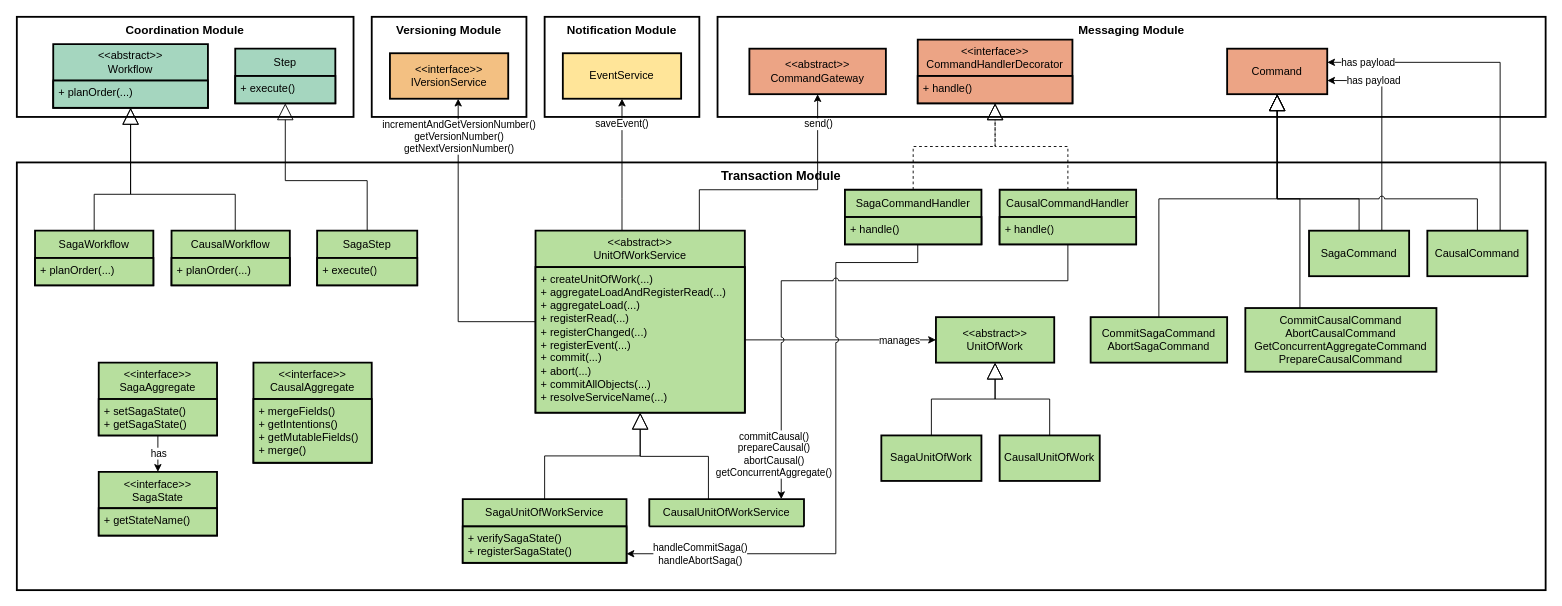
socialsoftware/microservices-simulator keeps this draw.io diagram as data/figs/architecture/layers/layers_transaction_v2.drawio. Above is the earlier version. Source tidied: cells renumbered, new cells numbered last; positions are measured from the earlier drawing's top-left corner, leaving out a move shared by most shapes. Both pictures are drawn from the tidied source at 91%, with x=0, y=0 at pixel (16, 16).
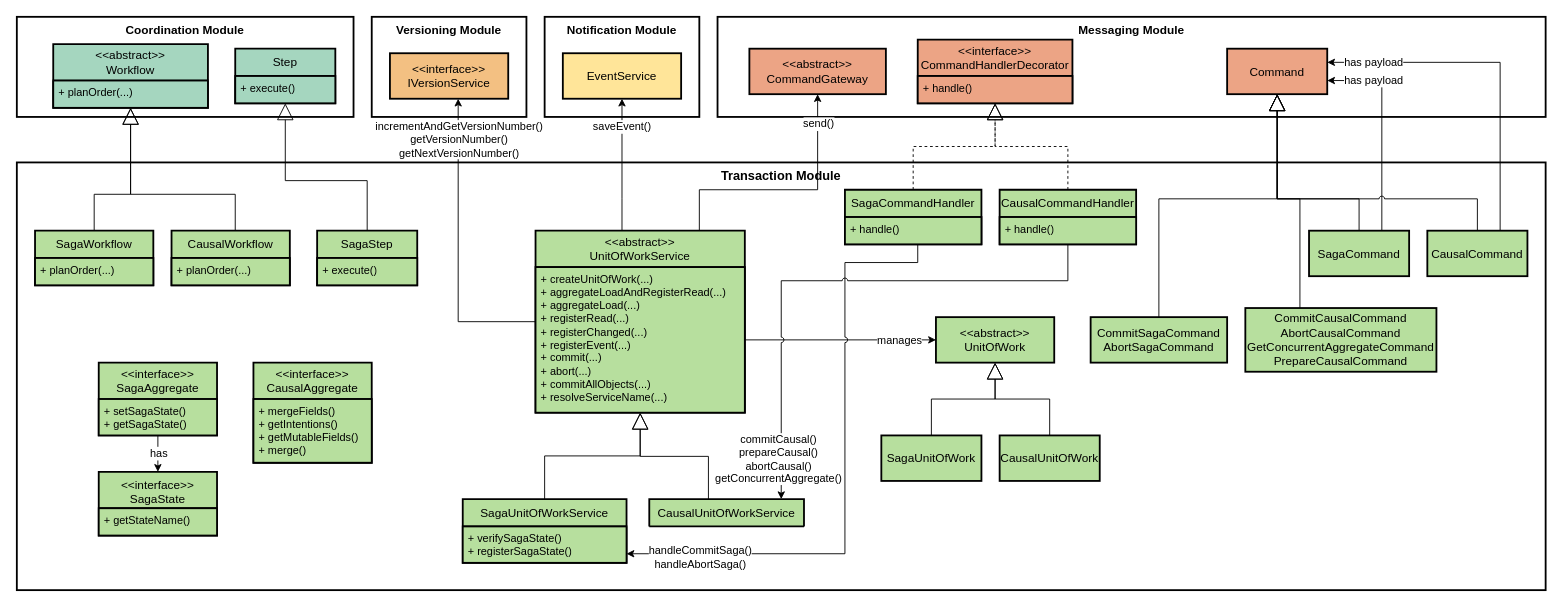
The same diagram, later.

The change refers to these unchanged cells:
```xml
<mxCell id="11" style="startArrow=none;endArrow=classic;rounded=0;endFill=1;edgeStyle=orthogonalEdgeStyle;jumpStyle=arc;curved=0;strokeWidth=1;" parent="1" edge="1" source="40" target="6">
  <mxGeometry relative="1" as="geometry">
    <Array as="points">
      <mxPoint x="910" y="355" />
      <mxPoint x="910" y="355" />
    </Array>
  </mxGeometry>
</mxCell>
<mxCell id="24" style="startArrow=none;endArrow=classic;rounded=0;endFill=1;edgeStyle=orthogonalEdgeStyle;jumpStyle=arc;curved=0;strokeWidth=1;" parent="1" edge="1" source="50" target="48">
  <mxGeometry relative="1" as="geometry">
    <Array as="points">
      <mxPoint x="1155" y="290" />
      <mxPoint x="840" y="290" />
    </Array>
  </mxGeometry>
</mxCell>
<mxCell id="30" style="edgeStyle=orthogonalEdgeStyle;rounded=0;jettySize=auto;html=1;strokeWidth=1;jumpStyle=arc;curved=0;" parent="1" edge="1" source="10" target="29">
  <mxGeometry relative="1" as="geometry">
    <Array as="points">
      <mxPoint x="1630" y="50" />
    </Array>
  </mxGeometry>
</mxCell>
<mxCell id="32" style="edgeStyle=orthogonalEdgeStyle;rounded=0;jettySize=auto;html=1;strokeWidth=1;jumpStyle=arc;curved=0;" parent="1" edge="1" source="8" target="29">
  <mxGeometry relative="1" as="geometry">
    <Array as="points">
      <mxPoint x="1500" y="70" />
    </Array>
  </mxGeometry>
</mxCell>
<mxCell id="34" style="edgeStyle=orthogonalEdgeStyle;rounded=0;jettySize=auto;html=1;strokeWidth=1;jumpStyle=arc;curved=0;" parent="1" edge="1" source="40" target="27">
  <mxGeometry relative="1" as="geometry">
    <Array as="points">
      <mxPoint x="750" y="190" />
      <mxPoint x="880" y="190" />
    </Array>
  </mxGeometry>
</mxCell>
<mxCell id="36" style="edgeStyle=orthogonalEdgeStyle;rounded=0;jettySize=auto;html=1;jumpStyle=arc;" parent="1" edge="1" source="40" target="28">
  <mxGeometry relative="1" as="geometry">
    <Array as="points">
      <mxPoint x="485" y="335" />
    </Array>
  </mxGeometry>
</mxCell>
<mxCell id="38" style="edgeStyle=orthogonalEdgeStyle;rounded=0;jettySize=auto;html=1;" parent="1" edge="1" source="40" target="68">
  <mxGeometry relative="1" as="geometry">
    <Array as="points">
      <mxPoint x="665" y="200" />
      <mxPoint x="665" y="200" />
    </Array>
  </mxGeometry>
</mxCell>
<mxCell id="69" style="edgeStyle=orthogonalEdgeStyle;rounded=0;jettySize=auto;html=1;" parent="1" edge="1" source="71" target="75">
  <mxGeometry relative="1" as="geometry" />
</mxCell>
```

The edit, as a diff of the source:
```diff
@@
-    <mxCell id="6" value="&lt;&lt;abstract&gt;&gt;&#10;UnitOfWork" style="whiteSpace=wrap;strokeWidth=2;fillColor=#B7DF9E;strokeColor=default;" parent="1" vertex="1">
+    <mxCell id="6" value="&lt;&lt;abstract&gt;&gt;&#10;UnitOfWork" style="whiteSpace=wrap;strokeWidth=2;fillColor=#B7DF9E;strokeColor=default;fontSize=13;" parent="1" vertex="1">
       <mxGeometry x="1010" y="330" width="130" height="50" as="geometry" />
     </mxCell>
-    <mxCell id="7" value="SagaUnitOfWork" style="whiteSpace=wrap;strokeWidth=2;fillColor=#B7DF9E;strokeColor=#000000;" parent="1" vertex="1">
+    <mxCell id="7" value="SagaUnitOfWork" style="whiteSpace=wrap;strokeWidth=2;fillColor=#B7DF9E;strokeColor=#000000;fontSize=13;" parent="1" vertex="1">
       <mxGeometry x="950" y="460" width="110" height="50" as="geometry" />
     </mxCell>
-    <mxCell id="8" value="SagaCommand" style="whiteSpace=wrap;strokeWidth=2;fillColor=#B7DF9E;strokeColor=#000000;" parent="1" vertex="1">
+    <mxCell id="8" value="SagaCommand" style="whiteSpace=wrap;strokeWidth=2;fillColor=#B7DF9E;strokeColor=#000000;fontSize=13;" parent="1" vertex="1">
       <mxGeometry x="1420" y="235" width="110" height="50" as="geometry" />
     </mxCell>
-    <mxCell id="9" value="CausalUnitOfWork" style="whiteSpace=wrap;strokeWidth=2;fillColor=#B7DF9E;strokeColor=#000000;" parent="1" vertex="1">
+    <mxCell id="9" value="CausalUnitOfWork" style="whiteSpace=wrap;strokeWidth=2;fillColor=#B7DF9E;strokeColor=#000000;fontSize=13;" parent="1" vertex="1">
       <mxGeometry x="1080" y="460" width="110" height="50" as="geometry" />
     </mxCell>
-    <mxCell id="10" value="CausalCommand" style="whiteSpace=wrap;strokeWidth=2;fillColor=#B7DF9E;strokeColor=#000000;" parent="1" vertex="1">
+    <mxCell id="10" value="CausalCommand" style="whiteSpace=wrap;strokeWidth=2;fillColor=#B7DF9E;strokeColor=#000000;fontSize=13;" parent="1" vertex="1">
       <mxGeometry x="1550" y="235" width="110" height="50" as="geometry" />
     </mxCell>
@@
-    <mxCell id="12" value="manages" style="edgeLabel;html=1;align=center;verticalAlign=middle;" parent="11" vertex="1">
+    <mxCell id="12" value="manages" style="edgeLabel;html=1;align=center;verticalAlign=middle;fontSize=12;" parent="11" vertex="1">
       <mxGeometry x="-0.59" y="-3" relative="1" as="geometry">
         <mxPoint x="126" y="-3" as="offset" />
       </mxGeometry>
     </mxCell>
@@
     <mxCell id="18" style="startArrow=none;endArrow=classic;rounded=0;endFill=1;edgeStyle=orthogonalEdgeStyle;jumpStyle=arc;curved=0;strokeWidth=1;" parent="1" edge="1" source="52" target="66">
       <mxGeometry relative="1" as="geometry">
         <Array as="points">
           <mxPoint x="990" y="270" />
-          <mxPoint x="900" y="270" />
-          <mxPoint x="900" y="590" />
+          <mxPoint x="910" y="270" />
+          <mxPoint x="910" y="590" />
         </Array>
       </mxGeometry>
     </mxCell>
-    <mxCell id="19" value="handleCommitSaga()&lt;div&gt;handleAbortSaga()&lt;/div&gt;" style="edgeLabel;html=1;align=center;verticalAlign=middle;" parent="18" vertex="1">
+    <mxCell id="19" value="handleCommitSaga()&lt;div&gt;handleAbortSaga()&lt;/div&gt;" style="edgeLabel;html=1;align=center;verticalAlign=middle;fontSize=12;" parent="18" vertex="1">
       <mxGeometry relative="1" as="geometry">
-        <mxPoint x="-150" y="100" as="offset" />
+        <mxPoint x="-160" y="93" as="offset" />
       </mxGeometry>
     </mxCell>
@@
-    <mxCell id="25" value="commitCausal()&lt;div&gt;prepareCausal()&lt;/div&gt;&lt;div&gt;abortCausal()&lt;/div&gt;&lt;div&gt;getConcurrentAggregate()&lt;/div&gt;" style="edgeLabel;html=1;align=center;verticalAlign=middle;labelBackgroundColor=default;" parent="24" vertex="1">
+    <mxCell id="25" value="commitCausal()&lt;div&gt;prepareCausal()&lt;/div&gt;&lt;div&gt;abortCausal()&lt;/div&gt;&lt;div&gt;getConcurrentAggregate()&lt;/div&gt;" style="edgeLabel;html=1;align=center;verticalAlign=middle;labelBackgroundColor=default;fontSize=12;" parent="24" vertex="1">
       <mxGeometry x="-0.01" y="2" relative="1" as="geometry">
-        <mxPoint x="-69" y="188" as="offset" />
+        <mxPoint x="-64" y="193" as="offset" />
       </mxGeometry>
     </mxCell>
@@
-    <mxCell id="27" value="&lt;&lt;abstract&gt;&gt;&#10;CommandGateway" style="whiteSpace=wrap;strokeWidth=2;fillColor=#ECA485;strokeColor=#000000;" parent="1" vertex="1">
+    <mxCell id="27" value="&lt;&lt;abstract&gt;&gt;&#10;CommandGateway" style="whiteSpace=wrap;strokeWidth=2;fillColor=#ECA485;strokeColor=#000000;fontSize=13;" parent="1" vertex="1">
       <mxGeometry x="805" y="35" width="150" height="50" as="geometry" />
     </mxCell>
-    <mxCell id="28" value="&lt;&lt;interface&gt;&gt;&#10;IVersionService" style="whiteSpace=wrap;strokeWidth=2;fillColor=#F3C082;strokeColor=#000000;" parent="1" vertex="1">
+    <mxCell id="28" value="&lt;&lt;interface&gt;&gt;&#10;IVersionService" style="whiteSpace=wrap;strokeWidth=2;fillColor=#F3C082;strokeColor=#000000;fontSize=13;" parent="1" vertex="1">
       <mxGeometry x="410" y="40" width="130" height="50" as="geometry" />
     </mxCell>
-    <mxCell id="29" value="Command" style="whiteSpace=wrap;strokeWidth=2;fillColor=#ECA485;strokeColor=#000000;" parent="1" vertex="1">
+    <mxCell id="29" value="Command" style="whiteSpace=wrap;strokeWidth=2;fillColor=#ECA485;strokeColor=#000000;fontSize=13;" parent="1" vertex="1">
       <mxGeometry x="1330" y="35" width="110" height="50" as="geometry" />
     </mxCell>
@@
-    <mxCell id="31" value="has&amp;nbsp;&lt;span style=&quot;color: light-dark(rgb(0, 0, 0), rgb(255, 255, 255));&quot;&gt;payload&lt;/span&gt;" style="edgeLabel;html=1;align=center;verticalAlign=middle;labelBackgroundColor=default;" parent="30" vertex="1">
+    <mxCell id="31" value="has&amp;nbsp;&lt;span style=&quot;color: light-dark(rgb(0, 0, 0), rgb(255, 255, 255));&quot;&gt;payload&lt;/span&gt;" style="edgeLabel;html=1;align=center;verticalAlign=middle;labelBackgroundColor=default;fontSize=12;" parent="30" vertex="1">
       <mxGeometry relative="1" as="geometry">
-        <mxPoint x="-143" y="-1" as="offset" />
+        <mxPoint x="-137" y="-1" as="offset" />
       </mxGeometry>
     </mxCell>
@@
-    <mxCell id="33" value="has&amp;nbsp;&lt;span style=&quot;background-color: light-dark(#ffffff, var(--ge-dark-color, #121212)); color: light-dark(rgb(0, 0, 0), rgb(255, 255, 255));&quot;&gt;payload&lt;/span&gt;" style="edgeLabel;html=1;align=center;verticalAlign=middle;" parent="32" vertex="1">
+    <mxCell id="33" value="has&amp;nbsp;&lt;span style=&quot;background-color: light-dark(#ffffff, var(--ge-dark-color, #121212)); color: light-dark(rgb(0, 0, 0), rgb(255, 255, 255));&quot;&gt;payload&lt;/span&gt;" style="edgeLabel;html=1;align=center;verticalAlign=middle;fontSize=12;" parent="32" vertex="1">
       <mxGeometry relative="1" as="geometry">
         <mxPoint x="-10" y="-53" as="offset" />
       </mxGeometry>
     </mxCell>
@@
-    <mxCell id="35" value="send()" style="edgeLabel;html=1;align=center;verticalAlign=middle;" parent="34" vertex="1">
+    <mxCell id="35" value="send()" style="edgeLabel;html=1;align=center;verticalAlign=middle;fontSize=12;" parent="34" vertex="1">
       <mxGeometry x="0.64" relative="1" as="geometry">
         <mxPoint y="-18" as="offset" />
       </mxGeometry>
     </mxCell>
@@
-    <mxCell id="37" value="incrementAndGetVersionNumber()&lt;div&gt;&lt;div&gt;getVersionNumber()&lt;/div&gt;&lt;div&gt;getNextVersionNumber()&lt;/div&gt;&lt;/div&gt;" style="edgeLabel;html=1;align=center;verticalAlign=middle;" parent="36" vertex="1">
+    <mxCell id="37" value="incrementAndGetVersionNumber()&lt;div&gt;&lt;div&gt;getVersionNumber()&lt;/div&gt;&lt;div&gt;getNextVersionNumber()&lt;/div&gt;&lt;/div&gt;" style="edgeLabel;html=1;align=center;verticalAlign=middle;fontSize=12;" parent="36" vertex="1">
       <mxGeometry x="0.76" y="-1" relative="1" as="geometry">
-        <mxPoint x="-1" y="1" as="offset" />
+        <mxPoint x="-1" y="4" as="offset" />
       </mxGeometry>
     </mxCell>
@@
-    <mxCell id="39" value="saveEvent()" style="edgeLabel;html=1;align=center;verticalAlign=middle;" parent="38" vertex="1">
+    <mxCell id="39" value="saveEvent()" style="edgeLabel;html=1;align=center;verticalAlign=middle;fontSize=12;" parent="38" vertex="1">
       <mxGeometry x="0.53" y="1" relative="1" as="geometry">
-        <mxPoint y="-7" as="offset" />
+        <mxPoint y="-4" as="offset" />
       </mxGeometry>
     </mxCell>
-    <mxCell id="40" value="&amp;lt;&amp;lt;abstract&amp;gt;&amp;gt;&lt;div&gt;UnitOfWorkService&lt;/div&gt;" style="swimlane;fontStyle=0;horizontal=1;startSize=40;whiteSpace=wrap;html=1;strokeWidth=2;fillColor=#B7DF9E;strokeColor=default;" parent="1" vertex="1">
+    <mxCell id="40" value="&amp;lt;&amp;lt;abstract&amp;gt;&amp;gt;&lt;div&gt;UnitOfWorkService&lt;/div&gt;" style="swimlane;fontStyle=0;horizontal=1;startSize=40;whiteSpace=wrap;html=1;strokeWidth=2;fillColor=#B7DF9E;strokeColor=default;fontSize=13;" parent="1" vertex="1">
       <mxGeometry x="570" y="235" width="230" height="200" as="geometry" />
     </mxCell>
@@
-    <mxCell id="43" value="CommitSagaCommand&#10;AbortSagaCommand" style="whiteSpace=wrap;strokeWidth=2;fillColor=#B7DF9E;strokeColor=#000000;" parent="1" vertex="1">
+    <mxCell id="43" value="CommitSagaCommand&#10;AbortSagaCommand" style="whiteSpace=wrap;strokeWidth=2;fillColor=#B7DF9E;strokeColor=#000000;fontSize=13;" parent="1" vertex="1">
       <mxGeometry x="1180" y="330" width="150" height="50" as="geometry" />
     </mxCell>
@@
-    <mxCell id="45" value="CommitCausalCommand&#10;AbortCausalCommand&#10;GetConcurrentAggregateCommand&#10;PrepareCausalCommand" style="whiteSpace=wrap;strokeWidth=2;fillColor=#B7DF9E;strokeColor=#000000;" parent="1" vertex="1">
+    <mxCell id="45" value="CommitCausalCommand&#10;AbortCausalCommand&#10;GetConcurrentAggregateCommand&#10;PrepareCausalCommand" style="whiteSpace=wrap;strokeWidth=2;fillColor=#B7DF9E;strokeColor=#000000;fontSize=13;" parent="1" vertex="1">
       <mxGeometry x="1350" y="320" width="210" height="70" as="geometry" />
     </mxCell>
@@
-    <mxCell id="48" value="CausalUnitOfWorkService" style="swimlane;fontStyle=0;horizontal=1;startSize=30;whiteSpace=wrap;html=1;strokeWidth=2;fillColor=#B7DF9E;strokeColor=default;" parent="1" vertex="1">
+    <mxCell id="48" value="CausalUnitOfWorkService" style="swimlane;fontStyle=0;horizontal=1;startSize=30;whiteSpace=wrap;html=1;strokeWidth=2;fillColor=#B7DF9E;strokeColor=default;fontSize=13;" parent="1" vertex="1">
       <mxGeometry x="695" y="530" width="170" height="30" as="geometry" />
     </mxCell>
@@
-    <mxCell id="50" value="CausalCommandHandler" style="swimlane;fontStyle=0;horizontal=1;startSize=30;whiteSpace=wrap;html=1;strokeWidth=2;fillColor=#B7DF9E;strokeColor=default;flipH=0;legacyAnchorPoints=0;" parent="1" vertex="1">
+    <mxCell id="50" value="CausalCommandHandler" style="swimlane;fontStyle=0;horizontal=1;startSize=30;whiteSpace=wrap;html=1;strokeWidth=2;fillColor=#B7DF9E;strokeColor=default;flipH=0;legacyAnchorPoints=0;fontSize=13;" parent="1" vertex="1">
       <mxGeometry x="1080" y="190" width="150" height="60" as="geometry" />
     </mxCell>
@@
-    <mxCell id="52" value="SagaCommandHandler" style="swimlane;fontStyle=0;horizontal=1;startSize=30;whiteSpace=wrap;html=1;strokeWidth=2;fillColor=#B7DF9E;strokeColor=default;flipH=0;legacyAnchorPoints=0;" parent="1" vertex="1">
+    <mxCell id="52" value="SagaCommandHandler" style="swimlane;fontStyle=0;horizontal=1;startSize=30;whiteSpace=wrap;html=1;strokeWidth=2;fillColor=#B7DF9E;strokeColor=default;flipH=0;legacyAnchorPoints=0;fontSize=13;" parent="1" vertex="1">
       <mxGeometry x="910" y="190" width="150" height="60" as="geometry" />
     </mxCell>
@@
-    <mxCell id="54" value="SagaWorkflow" style="swimlane;fontStyle=0;horizontal=1;startSize=30;whiteSpace=wrap;html=1;strokeWidth=2;fillColor=#B7DF9E;strokeColor=default;" parent="1" vertex="1">
+    <mxCell id="54" value="SagaWorkflow" style="swimlane;fontStyle=0;horizontal=1;startSize=30;whiteSpace=wrap;html=1;strokeWidth=2;fillColor=#B7DF9E;strokeColor=default;fontSize=13;" parent="1" vertex="1">
       <mxGeometry x="20" y="235" width="130" height="60" as="geometry" />
     </mxCell>
@@
-    <mxCell id="56" value="CausalWorkflow" style="swimlane;fontStyle=0;horizontal=1;startSize=30;whiteSpace=wrap;html=1;strokeWidth=2;fillColor=#B7DF9E;strokeColor=default;" parent="1" vertex="1">
+    <mxCell id="56" value="CausalWorkflow" style="swimlane;fontStyle=0;horizontal=1;startSize=30;whiteSpace=wrap;html=1;strokeWidth=2;fillColor=#B7DF9E;strokeColor=default;fontSize=13;" parent="1" vertex="1">
       <mxGeometry x="170" y="235" width="130" height="60" as="geometry" />
     </mxCell>
@@
-    <mxCell id="58" value="&amp;lt;&amp;lt;abstract&amp;gt;&amp;gt;&lt;br style=&quot;padding: 0px; margin: 0px;&quot;&gt;Workflow" style="swimlane;fontStyle=0;horizontal=1;startSize=40;whiteSpace=wrap;html=1;strokeWidth=2;fillColor=#A5D6BF;strokeColor=default;" parent="1" vertex="1">
+    <mxCell id="58" value="&amp;lt;&amp;lt;abstract&amp;gt;&amp;gt;&lt;br style=&quot;padding: 0px; margin: 0px;&quot;&gt;Workflow" style="swimlane;fontStyle=0;horizontal=1;startSize=40;whiteSpace=wrap;html=1;strokeWidth=2;fillColor=#A5D6BF;strokeColor=default;fontSize=13;" parent="1" vertex="1">
       <mxGeometry x="40" y="30" width="170" height="70" as="geometry" />
     </mxCell>
@@
-    <mxCell id="60" value="SagaStep" style="swimlane;fontStyle=0;horizontal=1;startSize=30;whiteSpace=wrap;html=1;strokeWidth=2;fillColor=#B7DF9E;strokeColor=default;" parent="1" vertex="1">
+    <mxCell id="60" value="SagaStep" style="swimlane;fontStyle=0;horizontal=1;startSize=30;whiteSpace=wrap;html=1;strokeWidth=2;fillColor=#B7DF9E;strokeColor=default;fontSize=13;" parent="1" vertex="1">
       <mxGeometry x="330" y="235" width="110" height="60" as="geometry" />
     </mxCell>
@@
-    <mxCell id="62" value="Step" style="swimlane;fontStyle=0;horizontal=1;startSize=30;whiteSpace=wrap;html=1;strokeWidth=2;fillColor=#A5D6BF;strokeColor=default;" parent="1" vertex="1">
+    <mxCell id="62" value="Step" style="swimlane;fontStyle=0;horizontal=1;startSize=30;whiteSpace=wrap;html=1;strokeWidth=2;fillColor=#A5D6BF;strokeColor=default;fontSize=13;" parent="1" vertex="1">
       <mxGeometry x="240" y="35" width="110" height="60" as="geometry" />
     </mxCell>
@@
-    <mxCell id="64" value="&amp;lt;&amp;lt;interface&amp;gt;&amp;gt;&lt;br style=&quot;padding: 0px; margin: 0px;&quot;&gt;CommandHandlerDecorator" style="swimlane;fontStyle=0;horizontal=1;startSize=40;whiteSpace=wrap;html=1;strokeWidth=2;fillColor=#ECA485;strokeColor=default;" parent="1" vertex="1">
+    <mxCell id="64" value="&amp;lt;&amp;lt;interface&amp;gt;&amp;gt;&lt;br style=&quot;padding: 0px; margin: 0px;&quot;&gt;CommandHandlerDecorator" style="swimlane;fontStyle=0;horizontal=1;startSize=40;whiteSpace=wrap;html=1;strokeWidth=2;fillColor=#ECA485;strokeColor=default;fontSize=13;" parent="1" vertex="1">
       <mxGeometry x="990" y="25" width="170" height="70" as="geometry" />
     </mxCell>
@@
-    <mxCell id="66" value="SagaUnitOfWorkService" style="swimlane;fontStyle=0;horizontal=1;startSize=30;whiteSpace=wrap;html=1;strokeWidth=2;fillColor=#B7DF9E;strokeColor=default;" parent="1" vertex="1">
+    <mxCell id="66" value="SagaUnitOfWorkService" style="swimlane;fontStyle=0;horizontal=1;startSize=30;whiteSpace=wrap;html=1;strokeWidth=2;fillColor=#B7DF9E;strokeColor=default;fontSize=13;" parent="1" vertex="1">
       <mxGeometry x="490" y="530" width="180" height="70" as="geometry" />
     </mxCell>
@@
-    <mxCell id="68" value="EventService" style="whiteSpace=wrap;strokeWidth=2;fillColor=#FFE599;strokeColor=#000000;" parent="1" vertex="1">
+    <mxCell id="68" value="EventService" style="whiteSpace=wrap;strokeWidth=2;fillColor=#FFE599;strokeColor=#000000;fontSize=13;" parent="1" vertex="1">
       <mxGeometry x="600" y="40" width="130" height="50" as="geometry" />
     </mxCell>
@@
-    <mxCell id="70" value="has" style="edgeLabel;html=1;align=center;verticalAlign=middle;" parent="69" vertex="1">
+    <mxCell id="70" value="has" style="edgeLabel;html=1;align=center;verticalAlign=middle;fontSize=12;" parent="69" vertex="1">
       <mxGeometry x="-0.12" y="-1" relative="1" as="geometry">
         <mxPoint x="1" y="1" as="offset" />
       </mxGeometry>
     </mxCell>
-    <mxCell id="71" value="&amp;lt;&amp;lt;interface&amp;gt;&amp;gt;&lt;br style=&quot;padding: 0px; margin: 0px;&quot;&gt;SagaAggregate" style="swimlane;fontStyle=0;horizontal=1;startSize=40;whiteSpace=wrap;html=1;strokeWidth=2;fillColor=#B7DF9E;strokeColor=default;" parent="1" vertex="1">
+    <mxCell id="71" value="&amp;lt;&amp;lt;interface&amp;gt;&amp;gt;&lt;br style=&quot;padding: 0px; margin: 0px;&quot;&gt;SagaAggregate" style="swimlane;fontStyle=0;horizontal=1;startSize=40;whiteSpace=wrap;html=1;strokeWidth=2;fillColor=#B7DF9E;strokeColor=default;fontSize=13;" parent="1" vertex="1">
       <mxGeometry x="90" y="380" width="130" height="80" as="geometry" />
     </mxCell>
@@
-    <mxCell id="73" value="&amp;lt;&amp;lt;interface&amp;gt;&amp;gt;&lt;br style=&quot;padding: 0px; margin: 0px;&quot;&gt;CausalAggregate" style="swimlane;fontStyle=0;horizontal=1;startSize=40;whiteSpace=wrap;html=1;strokeWidth=2;fillColor=#B7DF9E;strokeColor=default;" parent="1" vertex="1">
+    <mxCell id="73" value="&amp;lt;&amp;lt;interface&amp;gt;&amp;gt;&lt;br style=&quot;padding: 0px; margin: 0px;&quot;&gt;CausalAggregate" style="swimlane;fontStyle=0;horizontal=1;startSize=40;whiteSpace=wrap;html=1;strokeWidth=2;fillColor=#B7DF9E;strokeColor=default;fontSize=13;" parent="1" vertex="1">
       <mxGeometry x="260" y="380" width="130" height="110" as="geometry" />
     </mxCell>
@@
-    <mxCell id="75" value="&amp;lt;&amp;lt;interface&amp;gt;&amp;gt;&lt;div&gt;SagaState&lt;/div&gt;" style="swimlane;fontStyle=0;horizontal=1;startSize=40;whiteSpace=wrap;html=1;strokeWidth=2;fillColor=#B7DF9E;verticalAlign=top;" parent="1" vertex="1">
+    <mxCell id="75" value="&amp;lt;&amp;lt;interface&amp;gt;&amp;gt;&lt;div&gt;SagaState&lt;/div&gt;" style="swimlane;fontStyle=0;horizontal=1;startSize=40;whiteSpace=wrap;html=1;strokeWidth=2;fillColor=#B7DF9E;verticalAlign=top;fontSize=13;" parent="1" vertex="1">
       <mxGeometry x="90" y="500" width="130" height="70" as="geometry" />
     </mxCell>
```
